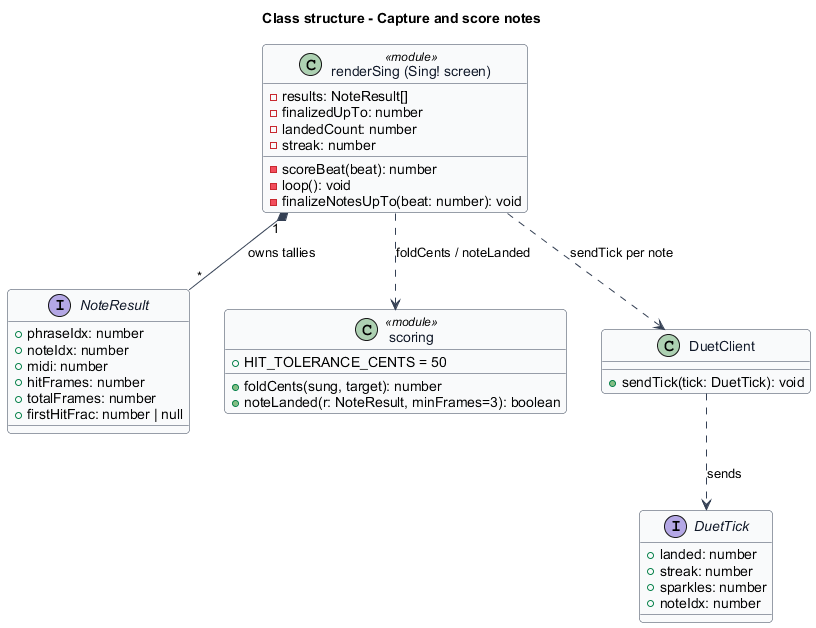
Earlier version of the PlantUML export docs/detailed-designs/singing-gameplay/capture-and-score-notes/diagrams/class-structure.png (QuinntyneBrown/TwinkleTune).
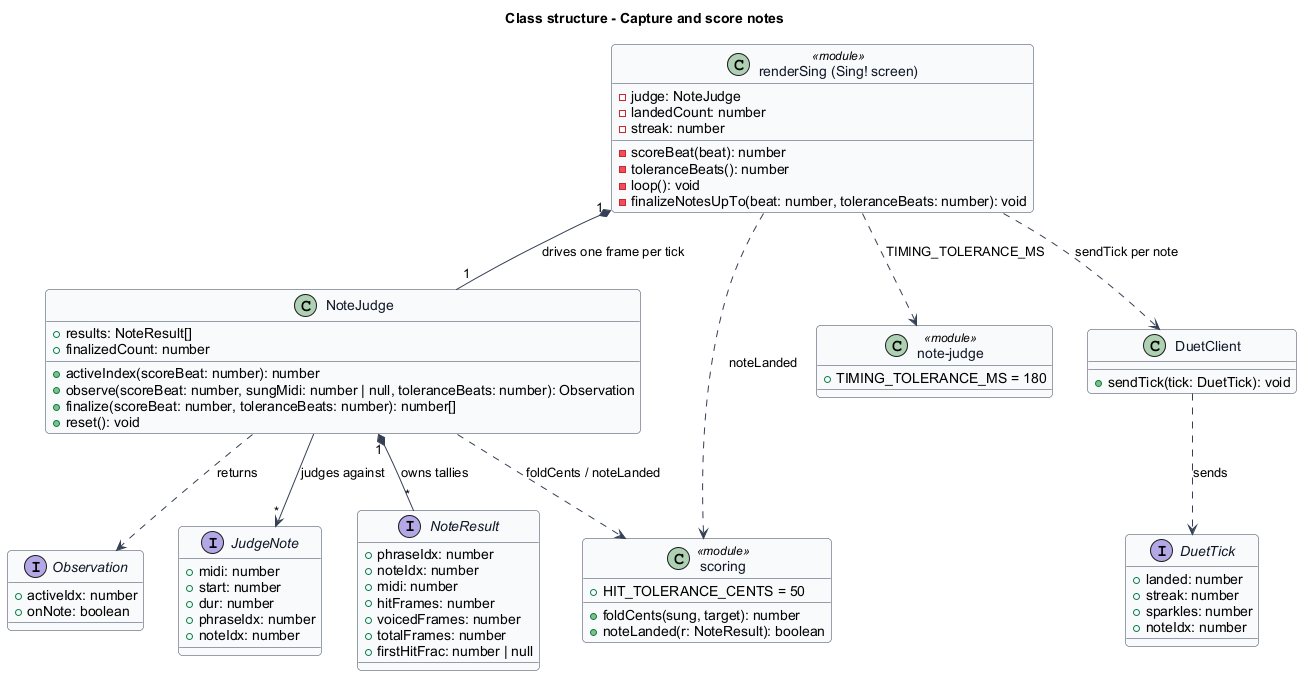
After the commit.

The edit, as a diff of the source:
```diff
@@ -12,13 +12,35 @@
 title Class structure - Capture and score notes
 
 class "renderSing (Sing! screen)" as Sing <<module>> {
-  -results: NoteResult[]
-  -finalizedUpTo: number
+  -judge: NoteJudge
   -landedCount: number
   -streak: number
   -scoreBeat(beat): number
+  -toleranceBeats(): number
   -loop(): void
-  -finalizeNotesUpTo(beat: number): void
+  -finalizeNotesUpTo(beat: number, toleranceBeats: number): void
+}
+
+class NoteJudge {
+  +results: NoteResult[]
+  +finalizedCount: number
+  +activeIndex(scoreBeat: number): number
+  +observe(scoreBeat: number, sungMidi: number | null, toleranceBeats: number): Observation
+  +finalize(scoreBeat: number, toleranceBeats: number): number[]
+  +reset(): void
+}
+
+interface Observation {
+  +activeIdx: number
+  +onNote: boolean
+}
+
+interface JudgeNote {
+  +midi: number
+  +start: number
+  +dur: number
+  +phraseIdx: number
+  +noteIdx: number
 }
 
 interface NoteResult {
@@ -26,6 +48,7 @@
   +noteIdx: number
   +midi: number
   +hitFrames: number
+  +voicedFrames: number
   +totalFrames: number
   +firstHitFrac: number | null
 }
@@ -33,7 +56,11 @@
 class "scoring" as Scoring <<module>> {
   +HIT_TOLERANCE_CENTS = 50
   +foldCents(sung, target): number
-  +noteLanded(r: NoteResult, minFrames=3): boolean
+  +noteLanded(r: NoteResult): boolean
+}
+
+class "note-judge" as JudgeMod <<module>> {
+  +TIMING_TOLERANCE_MS = 180
 }
 
 class DuetClient {
@@ -47,8 +74,13 @@
   +noteIdx: number
 }
 
-Sing "1" *-- "*" NoteResult : owns tallies
-Sing ..> Scoring : foldCents / noteLanded
+Sing "1" *-- "1" NoteJudge : drives one frame per tick
+NoteJudge "1" *-- "*" NoteResult : owns tallies
+NoteJudge --> "*" JudgeNote : judges against
+NoteJudge ..> Observation : returns
+NoteJudge ..> Scoring : foldCents / noteLanded
+Sing ..> JudgeMod : TIMING_TOLERANCE_MS
+Sing ..> Scoring : noteLanded
 Sing ..> DuetClient : sendTick per note
 DuetClient ..> DuetTick : sends
 @enduml
```
